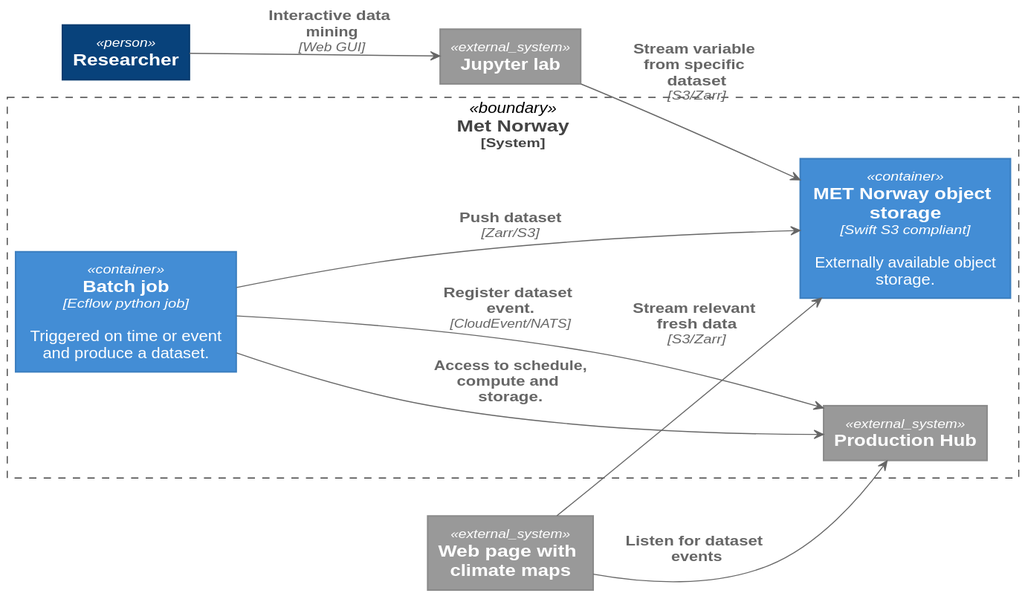
Above: report/zarr_c4_container.svg in metno/S-ENDA-dataaccess (PlantUML), before the change. Its diagram source:
```plantuml
@startuml Data access context diagram
!includeurl https://raw.githubusercontent.com/RicardoNiepel/C4-PlantUML/master/C4_Container.puml

LAYOUT_LEFT_RIGHT

System_Boundary(MET, "Met Norway"){
    Container(met_s3, "MET Norway object storage", "Swift S3 compliant", "Externally available object storage.")
    Container(ecflow_job, "Batch job", "Ecflow python job", "Triggered on time or event and produce a dataset.")
    System_Ext(prodhub, "Production Hub")

    Rel(ecflow_job, met_s3, "Push dataset", "Zarr/S3")
    Rel(ecflow_job, prodhub, "Access to schedule, compute and storage.")
    Rel(ecflow_job, prodhub, "Register dataset event.", "CloudEvent/NATS")
}

Person(researcher, "Researcher")
System_Ext(jupyter, "Jupyter lab")
System_Ext(web_maps, "Web page with climate maps")

Rel(web_maps, prodhub, "Listen for dataset events")
Rel(web_maps, met_s3, "Stream relevant fresh data", "S3/Zarr")

Rel(researcher, jupyter, "Interactive data mining", "Web GUI")
Rel(jupyter, met_s3, "Stream variable from specific dataset", "S3/Zarr")
@enduml
```
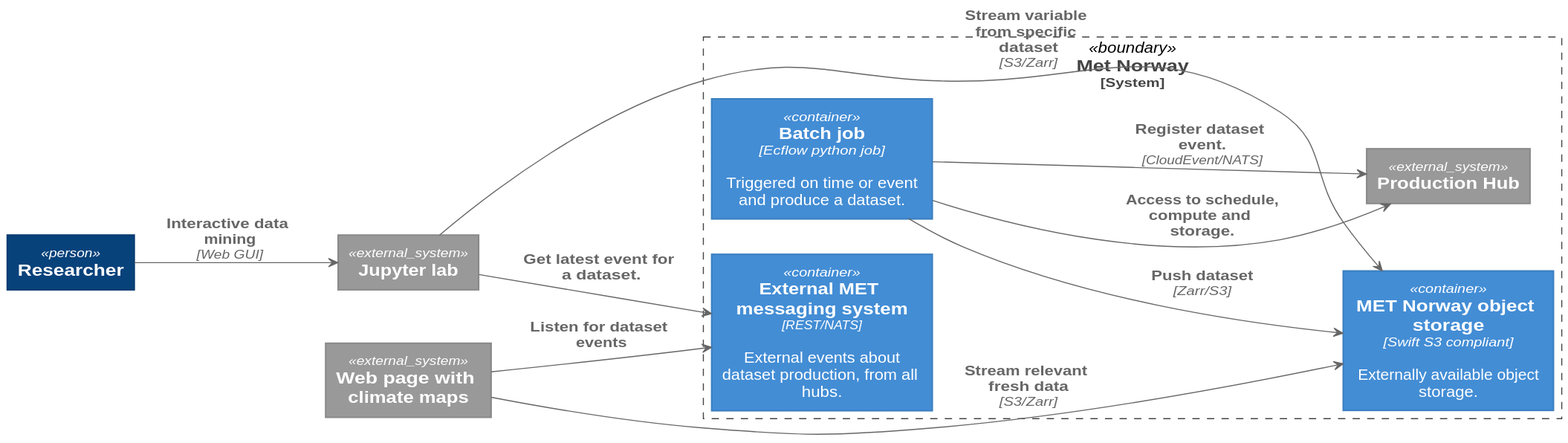
After the change.

Commit message:
Updated Zarr diagram svg.

Change to the diagram source:
```diff
@@ -6,6 +6,7 @@
 System_Boundary(MET, "Met Norway"){
     Container(met_s3, "MET Norway object storage", "Swift S3 compliant", "Externally available object storage.")
     Container(ecflow_job, "Batch job", "Ecflow python job", "Triggered on time or event and produce a dataset.")
+    Container(MMS, "External MET messaging system", "REST/NATS", "External events about dataset production, from all hubs.")
     System_Ext(prodhub, "Production Hub")
 
     Rel(ecflow_job, met_s3, "Push dataset", "Zarr/S3")
@@ -17,9 +18,10 @@
 System_Ext(jupyter, "Jupyter lab")
 System_Ext(web_maps, "Web page with climate maps")
 
-Rel(web_maps, prodhub, "Listen for dataset events")
+Rel(web_maps, MMS, "Listen for dataset events")
 Rel(web_maps, met_s3, "Stream relevant fresh data", "S3/Zarr")
 
 Rel(researcher, jupyter, "Interactive data mining", "Web GUI")
+Rel(jupyter, MMS, "Get latest event for a dataset.")
 Rel(jupyter, met_s3, "Stream variable from specific dataset", "S3/Zarr")
 @enduml
```
